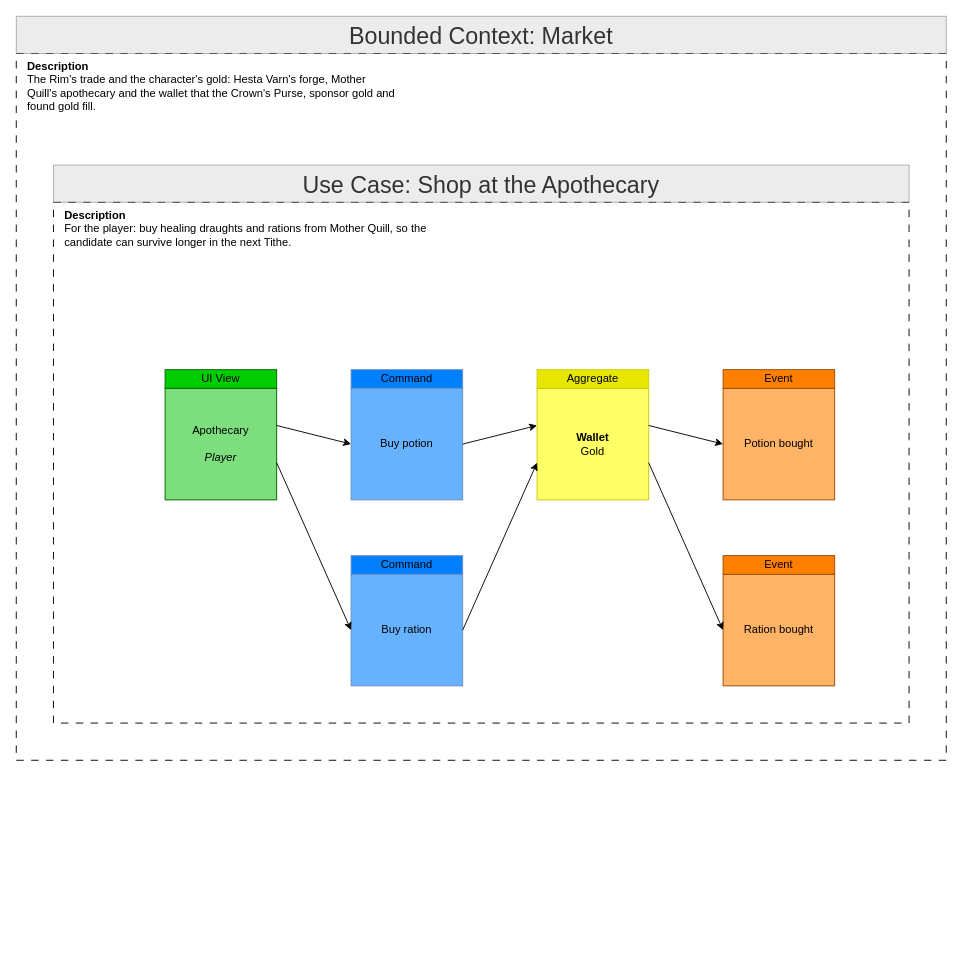
The draw.io diagram ProductOwner/contexts/market/models/Feature-020-shop-at-the-apothecary.drawio in tokeboisen/themaw, before the edit. Source tidied: cells renumbered, new cells numbered last; positions are measured from the earlier drawing's top-left corner, leaving out a move shared by most shapes. Both pictures are drawn from the tidied source at 93%, with x=0, y=0 at pixel (16, 16).
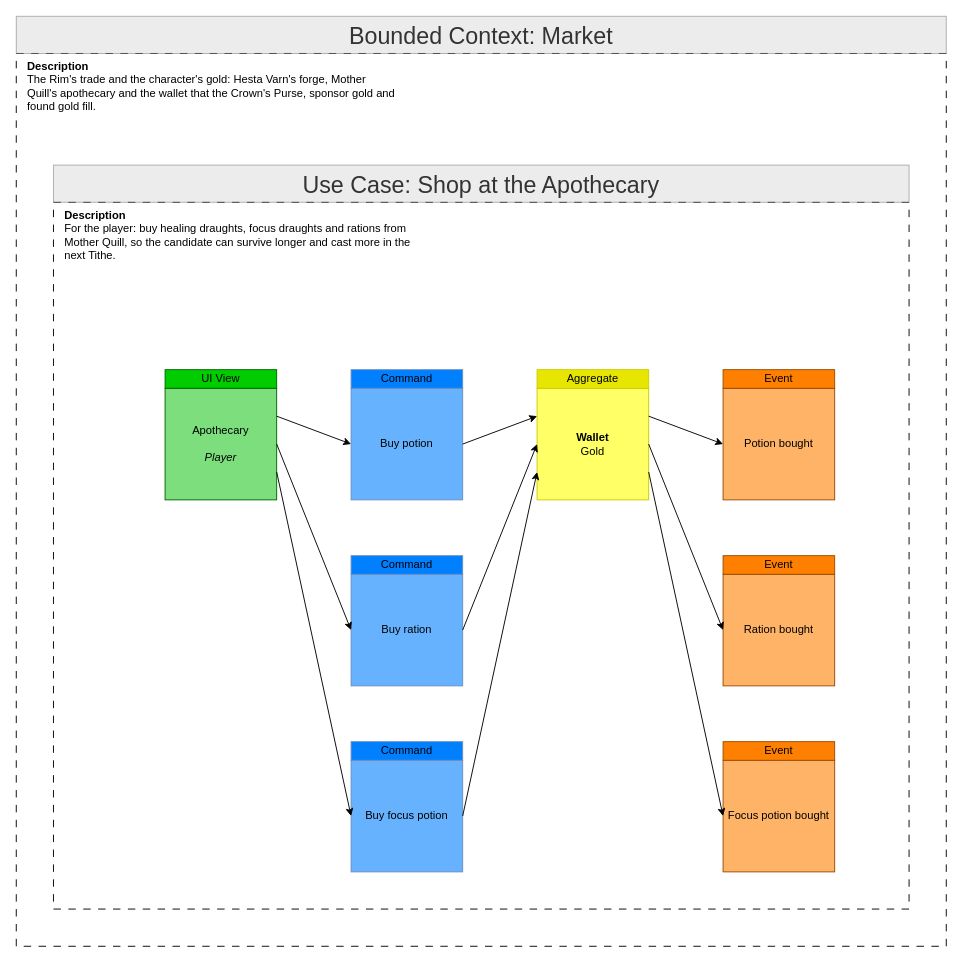
The same page after the edit.

The change refers to these unchanged cells:
```xml
<mxCell id="8" value="Apothecary&lt;br&gt;&lt;br&gt;&lt;i&gt;Player&lt;/i&gt;" style="rounded=0;whiteSpace=wrap;html=1;labelBackgroundColor=none;fillColor=#7CDE7C;strokeColor=#006600;" parent="1" vertex="1">
  <mxGeometry x="160" y="400" width="120" height="120" as="geometry" />
</mxCell>
<mxCell id="10" value="Buy potion" style="rounded=0;whiteSpace=wrap;html=1;labelBackgroundColor=none;fillColor=#66B2FF;strokeColor=#6C8EBF;" parent="1" vertex="1">
  <mxGeometry x="360" y="400" width="120" height="120" as="geometry" />
</mxCell>
<mxCell id="12" value="Buy ration" style="rounded=0;whiteSpace=wrap;html=1;labelBackgroundColor=none;fillColor=#66B2FF;strokeColor=#6C8EBF;" parent="1" vertex="1">
  <mxGeometry x="360" y="600" width="120" height="120" as="geometry" />
</mxCell>
<mxCell id="14" value="&lt;b&gt;Wallet&lt;/b&gt;&lt;br&gt;Gold" style="rounded=0;whiteSpace=wrap;html=1;labelBackgroundColor=none;fillColor=#FFFF66;strokeColor=#CCCC00;" parent="1" vertex="1">
  <mxGeometry x="560" y="400" width="120" height="120" as="geometry" />
</mxCell>
<mxCell id="16" value="Potion bought" style="rounded=0;whiteSpace=wrap;html=1;labelBackgroundColor=none;fillColor=#FFB366;strokeColor=#994C00;" parent="1" vertex="1">
  <mxGeometry x="760" y="400" width="120" height="120" as="geometry" />
</mxCell>
<mxCell id="18" value="Ration bought" style="rounded=0;whiteSpace=wrap;html=1;labelBackgroundColor=none;fillColor=#FFB366;strokeColor=#994C00;" parent="1" vertex="1">
  <mxGeometry x="760" y="600" width="120" height="120" as="geometry" />
</mxCell>
```

Change to the diagram source:
```diff
@@
     <mxCell id="2" style="rounded=0;whiteSpace=wrap;html=1;fillColor=none;dashed=1;dashPattern=8 8;" parent="1" vertex="1">
-      <mxGeometry y="40" width="1000" height="760" as="geometry" />
+      <mxGeometry y="40" width="1000" height="960" as="geometry" />
     </mxCell>
@@
     <mxCell id="5" style="rounded=0;whiteSpace=wrap;html=1;fillColor=none;dashed=1;dashPattern=8 8;" parent="1" vertex="1">
-      <mxGeometry x="40" y="200" width="920" height="560" as="geometry" />
+      <mxGeometry x="40" y="200" width="920" height="760" as="geometry" />
     </mxCell>
@@
-    <mxCell id="7" value="&lt;div&gt;&lt;b&gt;Description&lt;/b&gt;&lt;/div&gt;For the player: buy healing draughts and rations from Mother Quill, so the candidate can survive longer in the next Tithe." style="text;html=1;whiteSpace=wrap;overflow=hidden;rounded=0;strokeColor=none;fillColor=none;align=left;verticalAlign=top;" parent="1" vertex="1">
+    <mxCell id="7" value="&lt;div&gt;&lt;b&gt;Description&lt;/b&gt;&lt;/div&gt;For the player: buy healing draughts, focus draughts and rations from Mother Quill, so the candidate can survive longer and cast more in the next Tithe." style="text;html=1;whiteSpace=wrap;overflow=hidden;rounded=0;strokeColor=none;fillColor=none;align=left;verticalAlign=top;" parent="1" vertex="1">
       <mxGeometry x="50" y="200" width="400" height="140" as="geometry" />
     </mxCell>
@@
+    <mxCell id="26" value="Buy focus potion" style="rounded=0;whiteSpace=wrap;html=1;labelBackgroundColor=none;fillColor=#66B2FF;strokeColor=#6C8EBF;" parent="1" vertex="1">
+      <mxGeometry x="360" y="800" width="120" height="120" as="geometry" />
+    </mxCell>
+    <mxCell id="27" value="Command" style="rounded=0;whiteSpace=wrap;html=1;labelBackgroundColor=none;fillColor=#007FFF;strokeColor=#6C8EBF;" parent="1" vertex="1">
+      <mxGeometry x="360" y="780" width="120" height="20" as="geometry" />
+    </mxCell>
@@
+    <mxCell id="28" value="Focus potion bought" style="rounded=0;whiteSpace=wrap;html=1;labelBackgroundColor=none;fillColor=#FFB366;strokeColor=#994C00;" parent="1" vertex="1">
+      <mxGeometry x="760" y="800" width="120" height="120" as="geometry" />
+    </mxCell>
+    <mxCell id="29" value="Event" style="rounded=0;whiteSpace=wrap;html=1;labelBackgroundColor=none;fillColor=#FF8000;strokeColor=#994C00;" parent="1" vertex="1">
+      <mxGeometry x="760" y="780" width="120" height="20" as="geometry" />
+    </mxCell>
-    <mxCell id="20" style="endArrow=classic;html=1;rounded=0;exitX=1;exitY=0.3333;exitDx=0;exitDy=0;entryX=0;entryY=0.5;entryDx=0;entryDy=0;" parent="1" edge="1" source="8" target="10">
+    <mxCell id="20" style="endArrow=classic;html=1;rounded=0;exitX=1;exitY=0.25;exitDx=0;exitDy=0;entryX=0;entryY=0.5;entryDx=0;entryDy=0;" parent="1" edge="1" source="8" target="10">
       <mxGeometry relative="1" as="geometry" />
     </mxCell>
-    <mxCell id="21" style="endArrow=classic;html=1;rounded=0;exitX=1;exitY=0.6667;exitDx=0;exitDy=0;entryX=0;entryY=0.5;entryDx=0;entryDy=0;" parent="1" edge="1" source="8" target="12">
+    <mxCell id="21" style="endArrow=classic;html=1;rounded=0;exitX=1;exitY=0.5;exitDx=0;exitDy=0;entryX=0;entryY=0.5;entryDx=0;entryDy=0;" parent="1" edge="1" source="8" target="12">
       <mxGeometry relative="1" as="geometry" />
     </mxCell>
-    <mxCell id="22" style="endArrow=classic;html=1;rounded=0;exitX=1;exitY=0.5;exitDx=0;exitDy=0;entryX=0;entryY=0.3333;entryDx=0;entryDy=0;" parent="1" edge="1" source="10" target="14">
+    <mxCell id="22" style="endArrow=classic;html=1;rounded=0;exitX=1;exitY=0.5;exitDx=0;exitDy=0;entryX=0;entryY=0.25;entryDx=0;entryDy=0;" parent="1" edge="1" source="10" target="14">
       <mxGeometry relative="1" as="geometry" />
     </mxCell>
-    <mxCell id="23" style="endArrow=classic;html=1;rounded=0;exitX=1;exitY=0.5;exitDx=0;exitDy=0;entryX=0;entryY=0.6667;entryDx=0;entryDy=0;" parent="1" edge="1" source="12" target="14">
+    <mxCell id="23" style="endArrow=classic;html=1;rounded=0;exitX=1;exitY=0.5;exitDx=0;exitDy=0;entryX=0;entryY=0.5;entryDx=0;entryDy=0;" parent="1" edge="1" source="12" target="14">
       <mxGeometry relative="1" as="geometry" />
     </mxCell>
-    <mxCell id="24" style="endArrow=classic;html=1;rounded=0;exitX=1;exitY=0.3333;exitDx=0;exitDy=0;entryX=0;entryY=0.5;entryDx=0;entryDy=0;" parent="1" edge="1" source="14" target="16">
+    <mxCell id="24" style="endArrow=classic;html=1;rounded=0;exitX=1;exitY=0.25;exitDx=0;exitDy=0;entryX=0;entryY=0.5;entryDx=0;entryDy=0;" parent="1" edge="1" source="14" target="16">
       <mxGeometry relative="1" as="geometry" />
     </mxCell>
-    <mxCell id="25" style="endArrow=classic;html=1;rounded=0;exitX=1;exitY=0.6667;exitDx=0;exitDy=0;entryX=0;entryY=0.5;entryDx=0;entryDy=0;" parent="1" edge="1" source="14" target="18">
+    <mxCell id="25" style="endArrow=classic;html=1;rounded=0;exitX=1;exitY=0.5;exitDx=0;exitDy=0;entryX=0;entryY=0.5;entryDx=0;entryDy=0;" parent="1" edge="1" source="14" target="18">
       <mxGeometry relative="1" as="geometry" />
     </mxCell>
+    <mxCell id="30" style="endArrow=classic;html=1;rounded=0;exitX=1;exitY=0.75;exitDx=0;exitDy=0;entryX=0;entryY=0.5;entryDx=0;entryDy=0;" parent="1" edge="1" source="8" target="26">
+      <mxGeometry relative="1" as="geometry" />
+    </mxCell>
+    <mxCell id="31" style="endArrow=classic;html=1;rounded=0;exitX=1;exitY=0.5;exitDx=0;exitDy=0;entryX=0;entryY=0.75;entryDx=0;entryDy=0;" parent="1" edge="1" source="26" target="14">
+      <mxGeometry relative="1" as="geometry" />
+    </mxCell>
+    <mxCell id="32" style="endArrow=classic;html=1;rounded=0;exitX=1;exitY=0.75;exitDx=0;exitDy=0;entryX=0;entryY=0.5;entryDx=0;entryDy=0;" parent="1" edge="1" source="14" target="28">
+      <mxGeometry relative="1" as="geometry" />
+    </mxCell>
```
